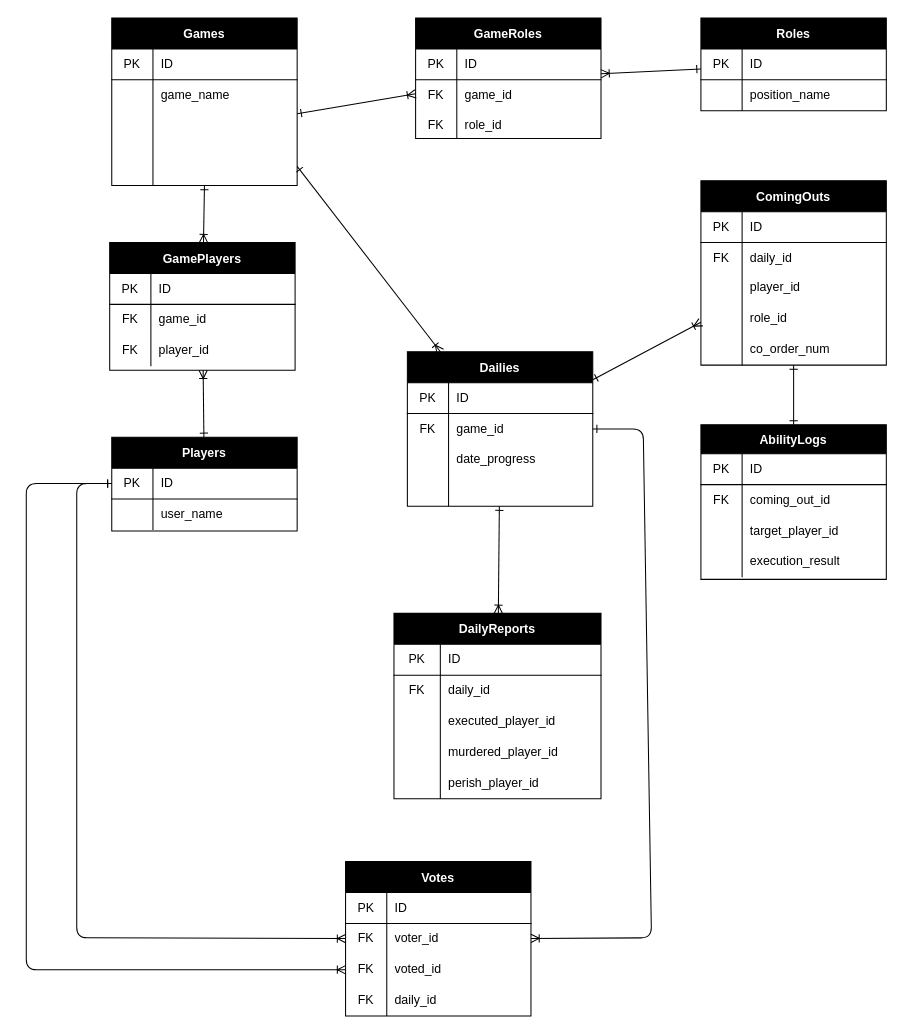
The draw.io diagram werewolf_analysis.dio in Kamegrueon/backend, before the edit. Source tidied: cells renumbered, new cells numbered last; positions are measured from the earlier drawing's top-left corner, leaving out a move shared by most shapes. Both pictures are drawn from the tidied source at 103%, with x=0, y=0 at pixel (26, 18).
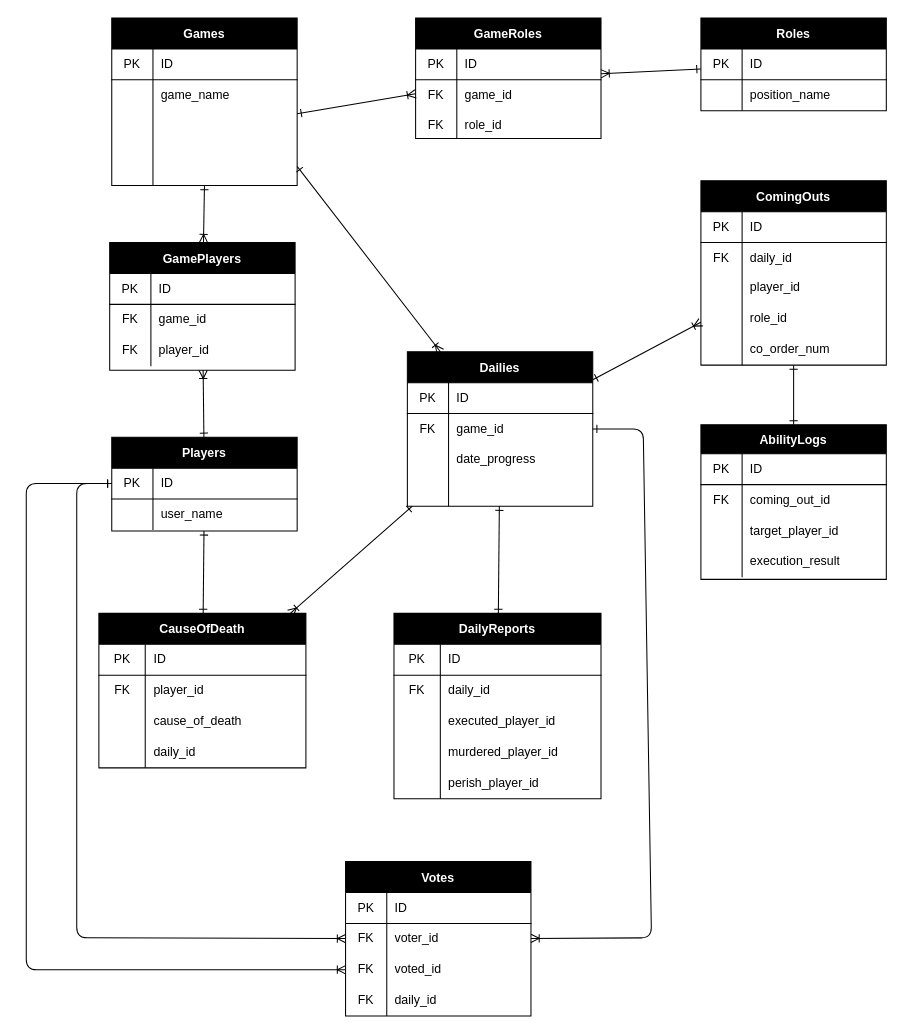
The same diagram, later.

Commit message (it also covers changes not shown here):
fix: add index action to players controller

Unchanged cells that the change refers to:
```xml
<mxCell id="34" value="Players" style="shape=table;startSize=30;childLayout=tableLayout;rowLines=0;fontStyle=1;align=center;strokeColor=#000000;fontColor=#FFFFFF;labelBorderColor=none;columnLines=1;labelBackgroundColor=#000000;fillColor=#000000;" parent="1" vertex="1">
  <mxGeometry x="83" y="407" width="180" height="91" as="geometry" />
</mxCell>
<mxCell id="41" value="DailyReports" style="shape=table;startSize=30;childLayout=tableLayout;rowLines=0;fontStyle=1;align=center;fontColor=#FFFFFF;labelBorderColor=none;strokeColor=#000000;labelBackgroundColor=#000000;fillColor=#000000;" parent="1" vertex="1">
  <mxGeometry x="357" y="578" width="201" height="180" as="geometry" />
</mxCell>
<mxCell id="78" value="Dailies" style="shape=table;startSize=30;childLayout=tableLayout;rowLines=0;fontStyle=1;align=center;fontColor=#FFFFFF;labelBorderColor=none;strokeColor=#000000;labelBackgroundColor=#000000;fillColor=#000000;" parent="1" vertex="1">
  <mxGeometry x="370" y="324" width="180" height="150" as="geometry" />
</mxCell>
```

Change to the diagram source:
```diff
@@
+    <mxCell id="132" style="edgeStyle=none;html=1;startArrow=ERone;startFill=0;endArrow=ERone;endFill=0;strokeColor=#000000;" parent="1" edge="1" source="34" target="133">
+      <mxGeometry relative="1" as="geometry" />
+    </mxCell>
@@
-    <mxCell id="76" style="edgeStyle=none;html=1;endArrow=ERoneToMany;endFill=0;strokeColor=#000000;startArrow=ERone;startFill=0;" parent="1" edge="1" source="78" target="41">
+    <mxCell id="76" style="edgeStyle=none;html=1;endArrow=ERone;endFill=0;strokeColor=#000000;startArrow=ERone;startFill=0;" parent="1" edge="1" source="78" target="41">
       <mxGeometry relative="1" as="geometry" />
     </mxCell>
@@
+    <mxCell id="133" value="CauseOfDeath" style="shape=table;startSize=30;childLayout=tableLayout;rowLines=0;fontStyle=1;align=center;fontColor=#FFFFFF;labelBorderColor=none;strokeColor=#000000;labelBackgroundColor=#000000;fillColor=#000000;" parent="1" vertex="1">
+      <mxGeometry x="70.5" y="578" width="201" height="150" as="geometry" />
+    </mxCell>
+    <mxCell id="134" style="shape=partialRectangle;html=1;whiteSpace=wrap;fillColor=none;top=0;left=0;bottom=1;right=0;fontColor=#000000;labelBorderColor=default;strokeColor=#000000;" parent="133" vertex="1">
+      <mxGeometry y="30" width="201" height="30" as="geometry" />
+    </mxCell>
+    <mxCell id="135" value="PK" style="shape=partialRectangle;html=1;whiteSpace=wrap;fillColor=none;top=0;left=0;bottom=0;right=0;overflow=hidden;fontColor=#000000;labelBorderColor=none;strokeColor=#000000;" parent="134" vertex="1">
+      <mxGeometry width="45" height="30" as="geometry" />
+    </mxCell>
+    <mxCell id="136" value="ID" style="shape=partialRectangle;html=1;whiteSpace=wrap;fillColor=none;top=0;left=0;bottom=0;right=0;align=left;spacingLeft=6;overflow=hidden;fontColor=#000000;labelBorderColor=none;strokeColor=#000000;" parent="134" vertex="1">
+      <mxGeometry x="45" width="156" height="30" as="geometry" />
+    </mxCell>
+    <mxCell id="137" style="shape=partialRectangle;html=1;whiteSpace=wrap;fillColor=none;top=0;left=0;bottom=0;right=0;fontColor=#000000;labelBorderColor=default;strokeColor=#000000;" parent="133" vertex="1">
+      <mxGeometry y="60" width="201" height="30" as="geometry" />
+    </mxCell>
+    <mxCell id="138" value="FK" style="shape=partialRectangle;html=1;whiteSpace=wrap;fillColor=none;top=0;left=0;bottom=0;right=0;overflow=hidden;fontColor=#000000;labelBorderColor=none;strokeColor=#000000;" parent="137" vertex="1">
+      <mxGeometry width="45" height="30" as="geometry" />
+    </mxCell>
+    <mxCell id="139" value="player_id" style="shape=partialRectangle;html=1;whiteSpace=wrap;fillColor=none;top=0;left=0;bottom=0;right=0;align=left;spacingLeft=6;overflow=hidden;fontColor=#000000;labelBorderColor=none;strokeColor=#000000;" parent="137" vertex="1">
+      <mxGeometry x="45" width="156" height="30" as="geometry" />
+    </mxCell>
+    <mxCell id="140" style="shape=partialRectangle;html=1;whiteSpace=wrap;fillColor=none;top=0;left=0;bottom=0;right=0;fontColor=#000000;labelBorderColor=default;strokeColor=#000000;" parent="133" vertex="1">
+      <mxGeometry y="90" width="201" height="30" as="geometry" />
+    </mxCell>
+    <mxCell id="141" style="shape=partialRectangle;html=1;whiteSpace=wrap;fillColor=none;top=0;left=0;bottom=0;right=0;overflow=hidden;fontColor=#000000;labelBorderColor=default;strokeColor=#000000;" parent="140" vertex="1">
+      <mxGeometry width="45" height="30" as="geometry" />
+    </mxCell>
+    <mxCell id="142" value="cause_of_death" style="shape=partialRectangle;html=1;whiteSpace=wrap;fillColor=none;top=0;left=0;bottom=0;right=0;align=left;spacingLeft=6;overflow=hidden;fontColor=#000000;labelBorderColor=none;strokeColor=#000000;" parent="140" vertex="1">
+      <mxGeometry x="45" width="156" height="30" as="geometry" />
+    </mxCell>
+    <mxCell id="143" style="shape=partialRectangle;html=1;whiteSpace=wrap;fillColor=none;top=0;left=0;bottom=0;right=0;fontColor=#000000;labelBorderColor=default;strokeColor=#000000;" parent="133" vertex="1">
+      <mxGeometry y="120" width="201" height="30" as="geometry" />
+    </mxCell>
+    <mxCell id="144" style="shape=partialRectangle;html=1;whiteSpace=wrap;fillColor=none;top=0;left=0;bottom=0;right=0;overflow=hidden;fontColor=#000000;labelBorderColor=default;strokeColor=#000000;" parent="143" vertex="1">
+      <mxGeometry width="45" height="30" as="geometry" />
+    </mxCell>
+    <mxCell id="145" value="daily_id" style="shape=partialRectangle;html=1;whiteSpace=wrap;fillColor=none;top=0;left=0;bottom=0;right=0;align=left;spacingLeft=6;overflow=hidden;fontColor=#000000;labelBorderColor=none;strokeColor=#000000;" parent="143" vertex="1">
+      <mxGeometry x="45" width="156" height="30" as="geometry" />
+    </mxCell>
+    <mxCell id="146" style="edgeStyle=none;html=1;endArrow=ERoneToMany;endFill=0;startArrow=ERone;startFill=0;strokeColor=#000000;" parent="1" edge="1" source="78" target="133">
+      <mxGeometry relative="1" as="geometry" />
+    </mxCell>
```
